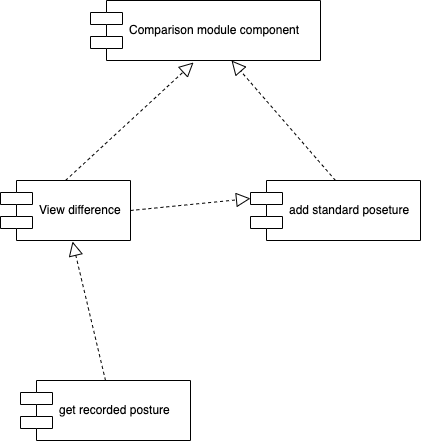
This is diagrams/comparison.png from 1338199/SDD, a draw.io export, as it was before one commit. Source tidied: cells renumbered, new cells last; positions are measured from the earlier drawing's top-left corner, leaving out a move shared by most shapes.
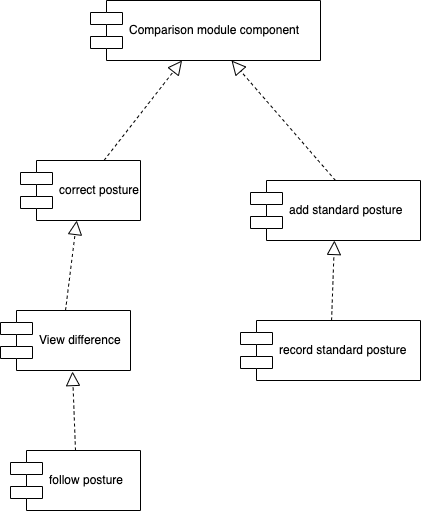
Above is the later version.

The edit, as a diff of the source:
```diff
@@ -6,15 +6,15 @@
       <mxGeometry x="90" width="230" height="60" as="geometry" />
     </mxCell>
     <mxCell id="3" value="View difference" style="shape=component;align=left;spacingLeft=36;" parent="1" vertex="1">
-      <mxGeometry y="180" width="130" height="60" as="geometry" />
+      <mxGeometry y="310" width="130" height="60" as="geometry" />
     </mxCell>
-    <mxCell id="4" value="add standard poseture" style="shape=component;align=left;spacingLeft=36;" parent="1" vertex="1">
+    <mxCell id="4" value="add standard posture" style="shape=component;align=left;spacingLeft=36;" parent="1" vertex="1">
       <mxGeometry x="250" y="180" width="170" height="60" as="geometry" />
     </mxCell>
-    <mxCell id="5" value="get recorded posture" style="shape=component;align=left;spacingLeft=36;" parent="1" vertex="1">
-      <mxGeometry x="20" y="380" width="170" height="60" as="geometry" />
+    <mxCell id="5" value="follow posture" style="shape=component;align=left;spacingLeft=36;" parent="1" vertex="1">
+      <mxGeometry x="10" y="450" width="130" height="60" as="geometry" />
     </mxCell>
-    <mxCell id="6" style="endArrow=block;dashed=1;endFill=0;endSize=12;html=1;exitX=0.5;exitY=0;exitDx=0;exitDy=0;entryX=0.448;entryY=1.033;entryDx=0;entryDy=0;entryPerimeter=0;" parent="1" edge="1" source="3" target="2">
+    <mxCell id="6" style="endArrow=block;dashed=1;endFill=0;endSize=12;html=1;exitX=0.5;exitY=0;exitDx=0;exitDy=0;" parent="1" edge="1" source="3" target="12">
       <mxGeometry relative="1" as="geometry" />
     </mxCell>
     <mxCell id="7" style="endArrow=block;dashed=1;endFill=0;endSize=12;html=1;exitX=0.5;exitY=0;exitDx=0;exitDy=0;" parent="1" edge="1" source="4" target="2">
@@ -23,8 +23,17 @@
     <mxCell id="8" style="endArrow=block;dashed=1;endFill=0;endSize=12;html=1;exitX=0.5;exitY=0;exitDx=0;exitDy=0;entryX=0.554;entryY=1.017;entryDx=0;entryDy=0;entryPerimeter=0;" parent="1" edge="1" source="5" target="3">
       <mxGeometry relative="1" as="geometry" />
     </mxCell>
-    <mxCell id="9" style="endArrow=block;dashed=1;endFill=0;endSize=12;html=1;exitX=1;exitY=0.5;exitDx=0;exitDy=0;entryX=0;entryY=0.3;entryDx=0;entryDy=0;" parent="1" edge="1" source="3" target="4">
-      <mxGeometry relative="1" as="geometry" />
-    </mxCell>
+    <mxCell id="10" value="record standard posture" style="shape=component;align=left;spacingLeft=36;" parent="1" vertex="1">
+      <mxGeometry x="240" y="320" width="180" height="60" as="geometry" />
+    </mxCell>
+    <mxCell id="11" style="endArrow=block;dashed=1;endFill=0;endSize=12;html=1;" parent="1" edge="1" source="10" target="4">
+      <mxGeometry relative="1" as="geometry" />
+    </mxCell>
+    <mxCell id="12" value="correct posture" style="shape=component;align=left;spacingLeft=36;" parent="1" vertex="1">
+      <mxGeometry x="20" y="160" width="120" height="60" as="geometry" />
+    </mxCell>
+    <mxCell id="13" style="endArrow=block;dashed=1;endFill=0;endSize=12;html=1;" parent="1" edge="1" source="12" target="2">
+      <mxGeometry relative="1" as="geometry" />
+    </mxCell>
   </root>
 </mxGraphModel>
```
